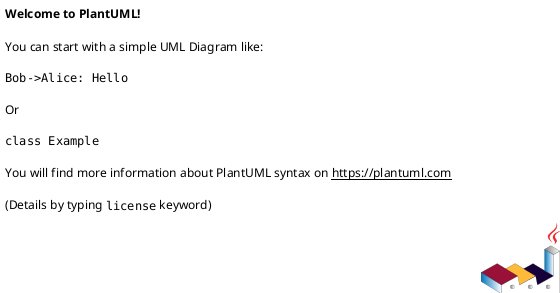
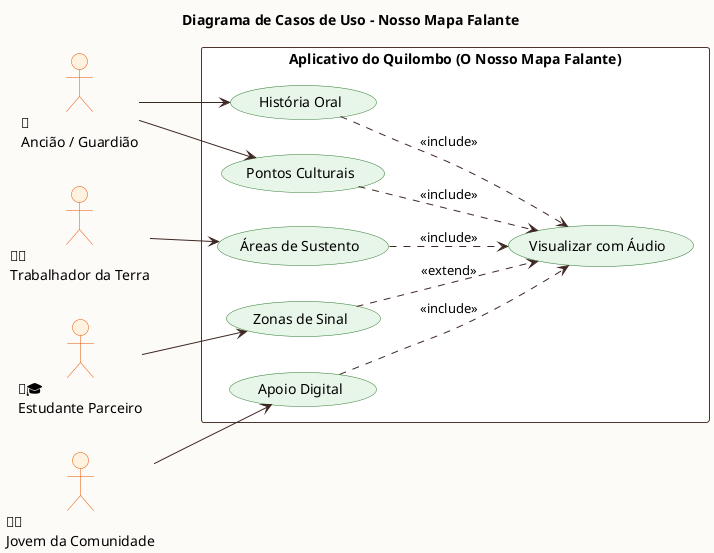
@startuml
' =========================================================================
' INÍCIO DO DIAGRAMA - NOSSO MAPA FALANTE QUILOMBOLA (VERSÃO LIMPA)
' =========================================================================
' Removidos os textos longos e organizadas as setas para ZERO cruzamentos.

title Diagrama de Casos de Uso - Nosso Mapa Falante
left to right direction

' --- Estilização Harmoniosa para a Comunidade ---
skinparam BackgroundColor #FDFBF7
skinparam ActorBackgroundColor #FFF3E0
skinparam ActorBorderColor #E65100
skinparam UsecaseBackgroundColor #E8F5E9
skinparam UsecaseBorderColor #2E7D32
skinparam RectangleBackgroundColor #FFFFFF
skinparam RectangleBorderColor #4E342E
skinparam ArrowColor #3E2723

' --- ATORES (As Nossas Mini Pessoas Organizadíssimas) ---
actor "🧓\nAncião / Guardião" as Anc
actor "👨‍🌾\nTrabalhador da Terra" as Trab
actor "🧑‍🎓\nEstudante Parceiro" as Est
actor "🧑‍📱\nJovem da Comunidade" as Jov

' --- O SISTEMA (O Aplicativo Sem Repetições) ---
rectangle "Aplicativo do Quilombo (O Nosso Mapa Falante)" {

    ' Balões curtos e diretos, exatamente como você pediu
    usecase "História Oral" as UC1
    usecase "Pontos Culturais" as UC2
    usecase "Áreas de Sustento" as UC3

    ' O coração do aplicativo (Onde tudo se complementa de forma contínua)
    usecase "Visualizar com Áudio" as UC4

    usecase "Zonas de Sinal" as UC6
    usecase "Apoio Digital" as UC5
}

' --- SETAS DIRETAS (Cada ator vai direto e reto para o seu quadrado) ---
Anc --> UC1
Anc --> UC2
Trab --> UC3
Est --> UC6
Jov --> UC5

' --- A CONTINUIDADE (Como um caso de uso complementa o outro sem cruzar linhas) ---
' Em vez de puxar fios lá de fora, as informações se alimentam de forma limpa por dentro:
UC1 ..> UC4 : <<include>>
UC2 ..> UC4 : <<include>>
UC3 ..> UC4 : <<include>>
UC6 ..> UC4 : <<extend>>
UC5 ..> UC4 : <<include>>

' =========================================================================
' FIM DO DIAGRAMA
' =========================================================================
- @startuml+ @enduml